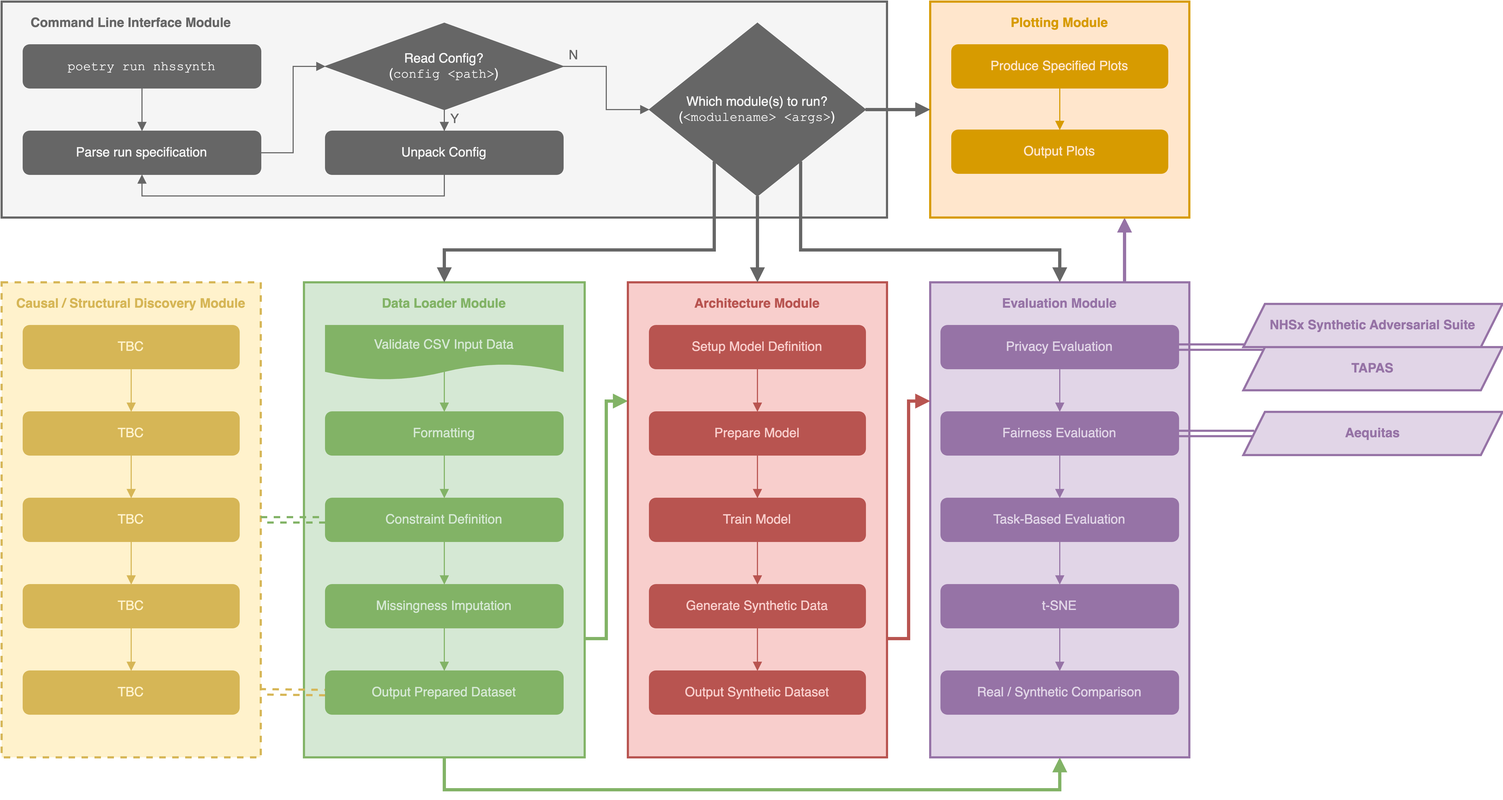
Earlier version of the draw.io export docs/modules.png (nhsengland/NHSSynth). Source tidied: cells renumbered, new cells last; positions are measured from the earlier drawing's top-left corner, leaving out a move shared by most shapes.
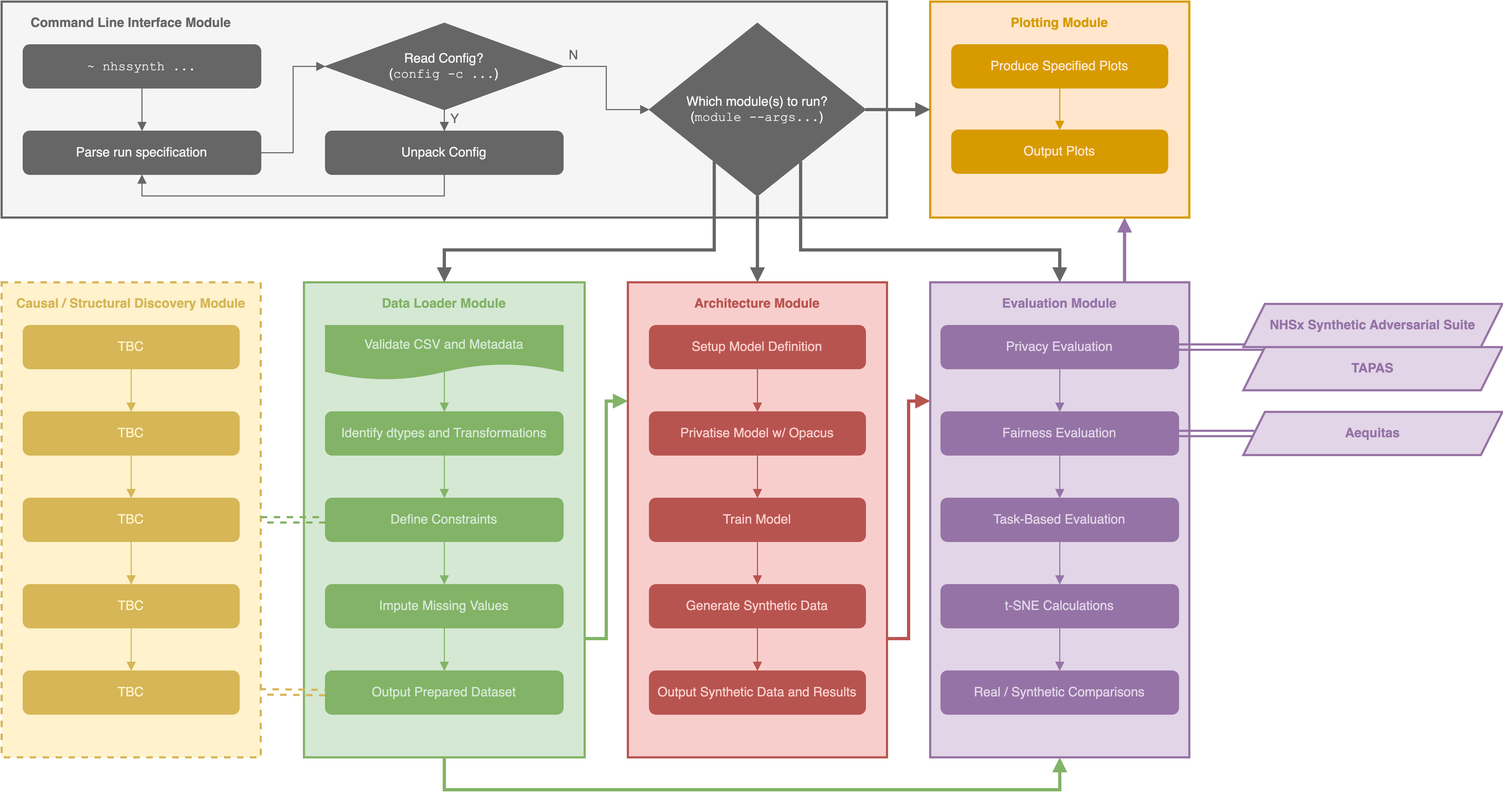
Above is the later version.

What changed in the source:
```diff
@@ -56,7 +56,7 @@
         </Array>
       </mxGeometry>
     </mxCell>
-    <mxCell id="13" value="Constraint Definition" style="rounded=1;whiteSpace=wrap;html=1;fillColor=#82B366;strokeColor=#82B366;fontColor=#D5E8D4;" parent="1" vertex="1">
+    <mxCell id="13" value="Define Constraints" style="rounded=1;whiteSpace=wrap;html=1;fillColor=#82B366;strokeColor=#82B366;fontColor=#D5E8D4;" parent="1" vertex="1">
       <mxGeometry x="300" y="460" width="220" height="40" as="geometry" />
     </mxCell>
     <mxCell id="14" value="Output Prepared Dataset" style="rounded=1;whiteSpace=wrap;html=1;fillColor=#82B366;strokeColor=#82B366;fontColor=#D5E8D4;" parent="1" vertex="1">
@@ -68,13 +68,13 @@
     <mxCell id="16" style="edgeStyle=orthogonalEdgeStyle;rounded=0;jettySize=auto;html=1;endArrow=block;endFill=1;fillColor=#d5e8d4;strokeColor=#82b366;" parent="1" edge="1" source="17" target="13">
       <mxGeometry relative="1" as="geometry" />
     </mxCell>
-    <mxCell id="17" value="Formatting" style="rounded=1;whiteSpace=wrap;html=1;fillColor=#82B366;strokeColor=#82B366;fontColor=#D5E8D4;" parent="1" vertex="1">
+    <mxCell id="17" value="Identify dtypes and Transformations" style="rounded=1;whiteSpace=wrap;html=1;fillColor=#82B366;strokeColor=#82B366;fontColor=#D5E8D4;" parent="1" vertex="1">
       <mxGeometry x="300" y="380" width="220" height="40" as="geometry" />
     </mxCell>
     <mxCell id="18" style="edgeStyle=orthogonalEdgeStyle;rounded=0;jettySize=auto;html=1;endArrow=block;endFill=1;fillColor=#d5e8d4;strokeColor=#82b366;" parent="1" edge="1" source="19" target="14">
       <mxGeometry relative="1" as="geometry" />
     </mxCell>
-    <mxCell id="19" value="Missingness Imputation" style="rounded=1;whiteSpace=wrap;html=1;fillColor=#82B366;strokeColor=#82B366;fontColor=#D5E8D4;" parent="1" vertex="1">
+    <mxCell id="19" value="Impute Missing Values" style="rounded=1;whiteSpace=wrap;html=1;fillColor=#82B366;strokeColor=#82B366;fontColor=#D5E8D4;" parent="1" vertex="1">
       <mxGeometry x="300" y="540" width="220" height="40" as="geometry" />
     </mxCell>
     <mxCell id="20" value="Evaluation Module" style="text;html=1;strokeColor=none;fillColor=none;align=center;verticalAlign=middle;whiteSpace=wrap;rounded=0;rotation=0;fontColor=#9673A6;fontStyle=1;" parent="1" vertex="1">
@@ -119,7 +119,7 @@
     <mxCell id="33" style="edgeStyle=orthogonalEdgeStyle;rounded=0;jettySize=auto;html=1;fontFamily=Helvetica;fontColor=#666666;fillColor=#e1d5e7;strokeColor=#9673a6;endArrow=block;endFill=1;" parent="1" edge="1" source="34" target="43">
       <mxGeometry relative="1" as="geometry" />
     </mxCell>
-    <mxCell id="34" value="t-SNE" style="rounded=1;whiteSpace=wrap;html=1;fillColor=#9673A6;strokeColor=#9673A6;fontColor=#E1D5E7;" parent="1" vertex="1">
+    <mxCell id="34" value="t-SNE Calculations" style="rounded=1;whiteSpace=wrap;html=1;fillColor=#9673A6;strokeColor=#9673A6;fontColor=#E1D5E7;" parent="1" vertex="1">
       <mxGeometry x="870" y="540" width="220" height="40" as="geometry" />
     </mxCell>
     <mxCell id="35" value="Generate Synthetic Data" style="rounded=1;whiteSpace=wrap;html=1;fillColor=#B85450;strokeColor=#B85450;fontColor=#F8CECC;" parent="1" vertex="1">
@@ -131,10 +131,10 @@
     <mxCell id="37" value="Setup Model Definition" style="rounded=1;whiteSpace=wrap;html=1;fillColor=#B85450;strokeColor=#B85450;fontColor=#F8CECC;" parent="1" vertex="1">
       <mxGeometry x="600" y="300" width="200" height="40" as="geometry" />
     </mxCell>
-    <mxCell id="38" value="Output Synthetic Dataset" style="rounded=1;whiteSpace=wrap;html=1;fillColor=#B85450;strokeColor=#B85450;fontColor=#F8CECC;" parent="1" vertex="1">
+    <mxCell id="38" value="Output Synthetic Data and Results" style="rounded=1;whiteSpace=wrap;html=1;fillColor=#B85450;strokeColor=#B85450;fontColor=#F8CECC;" parent="1" vertex="1">
       <mxGeometry x="600" y="620" width="200" height="40" as="geometry" />
     </mxCell>
-    <mxCell id="39" value="Prepare Model" style="rounded=1;whiteSpace=wrap;html=1;fillColor=#B85450;strokeColor=#B85450;fontColor=#F8CECC;" parent="1" vertex="1">
+    <mxCell id="39" value="Privatise Model w/ Opacus" style="rounded=1;whiteSpace=wrap;html=1;fillColor=#B85450;strokeColor=#B85450;fontColor=#F8CECC;" parent="1" vertex="1">
       <mxGeometry x="600" y="380" width="200" height="40" as="geometry" />
     </mxCell>
     <mxCell id="40" style="endArrow=block;html=1;rounded=0;exitX=0.5;exitY=1;exitDx=0;exitDy=0;endFill=1;fillColor=#f8cecc;strokeColor=#b85450;" parent="1" edge="1" source="37">
@@ -148,7 +148,7 @@
     <mxCell id="42" style="endArrow=block;html=1;rounded=0;exitX=0.5;exitY=1;exitDx=0;exitDy=0;entryX=0.5;entryY=0;entryDx=0;entryDy=0;endFill=1;fillColor=#f8cecc;strokeColor=#b85450;" parent="1" edge="1" source="35" target="38">
       <mxGeometry relative="1" as="geometry" />
     </mxCell>
-    <mxCell id="43" value="Real / Synthetic Comparison" style="rounded=1;whiteSpace=wrap;html=1;fillColor=#9673A6;strokeColor=#9673A6;fontColor=#E1D5E7;" parent="1" vertex="1">
+    <mxCell id="43" value="Real / Synthetic Comparisons" style="rounded=1;whiteSpace=wrap;html=1;fillColor=#9673A6;strokeColor=#9673A6;fontColor=#E1D5E7;" parent="1" vertex="1">
       <mxGeometry x="870" y="620" width="220" height="40" as="geometry" />
     </mxCell>
     <mxCell id="44" style="rounded=0;whiteSpace=wrap;html=1;fillColor=#F5F5F5;strokeColor=#666666;strokeWidth=2;fontColor=#F5F5F5;" parent="1" vertex="1">
@@ -160,7 +160,7 @@
     <mxCell id="46" style="edgeStyle=orthogonalEdgeStyle;rounded=0;jettySize=auto;html=1;fontFamily=Helvetica;fontColor=#F5F5F5;fillColor=#f5f5f5;strokeColor=#666666;endArrow=block;endFill=1;" parent="1" edge="1" source="47" target="54">
       <mxGeometry relative="1" as="geometry" />
     </mxCell>
-    <mxCell id="47" value="&lt;font face=&quot;Courier New&quot; color=&quot;#f5f5f5&quot;&gt;poetry run nhssynth&lt;/font&gt;" style="rounded=1;whiteSpace=wrap;html=1;fillColor=#666666;strokeColor=#666666;fontColor=#333333;" parent="1" vertex="1">
+    <mxCell id="47" value="&lt;font face=&quot;Courier New&quot; color=&quot;#f5f5f5&quot;&gt;~ nhssynth ...&lt;/font&gt;" style="rounded=1;whiteSpace=wrap;html=1;fillColor=#666666;strokeColor=#666666;fontColor=#333333;" parent="1" vertex="1">
       <mxGeometry x="20" y="40" width="220" height="40" as="geometry" />
     </mxCell>
     <mxCell id="48" style="rounded=0;whiteSpace=wrap;html=1;arcSize=5;fillColor=#FFE6CC;strokeColor=#D79B00;strokeWidth=2;" parent="1" vertex="1">
@@ -175,7 +175,7 @@
     <mxCell id="51" style="edgeStyle=orthogonalEdgeStyle;rounded=0;jettySize=auto;html=1;entryX=0;entryY=0.5;entryDx=0;entryDy=0;fontFamily=Helvetica;fontColor=#F5F5F5;fillColor=#f5f5f5;strokeColor=#666666;endArrow=block;endFill=1;" parent="1" edge="1" source="52" target="61">
       <mxGeometry relative="1" as="geometry" />
     </mxCell>
-    <mxCell id="52" value="&lt;font color=&quot;#f5f5f5&quot;&gt;Read Config?&lt;br style=&quot;border-color: var(--border-color);&quot;&gt;&lt;font style=&quot;border-color: var(--border-color);&quot;&gt;(&lt;/font&gt;&lt;font style=&quot;border-color: var(--border-color);&quot; face=&quot;Courier New&quot;&gt;config &amp;lt;path&amp;gt;&lt;/font&gt;&lt;font style=&quot;border-color: var(--border-color);&quot;&gt;)&lt;/font&gt;&lt;/font&gt;" style="rhombus;whiteSpace=wrap;html=1;rounded=0;strokeColor=#666666;fontFamily=Helvetica;fontColor=#333333;fillColor=#666666;" parent="1" vertex="1">
+    <mxCell id="52" value="&lt;font color=&quot;#f5f5f5&quot;&gt;Read Config?&lt;br style=&quot;border-color: var(--border-color);&quot;&gt;&lt;font style=&quot;border-color: var(--border-color);&quot;&gt;(&lt;/font&gt;&lt;font style=&quot;border-color: var(--border-color);&quot; face=&quot;Courier New&quot;&gt;config -c ...&lt;/font&gt;&lt;font style=&quot;border-color: var(--border-color);&quot;&gt;)&lt;/font&gt;&lt;/font&gt;" style="rhombus;whiteSpace=wrap;html=1;rounded=0;strokeColor=#666666;fontFamily=Helvetica;fontColor=#333333;fillColor=#666666;" parent="1" vertex="1">
       <mxGeometry x="300" y="20" width="220" height="80" as="geometry" />
     </mxCell>
     <mxCell id="53" style="edgeStyle=orthogonalEdgeStyle;rounded=0;jettySize=auto;html=1;entryX=0;entryY=0.5;entryDx=0;entryDy=0;fontFamily=Helvetica;fontColor=#F5F5F5;fillColor=#f5f5f5;strokeColor=#666666;endArrow=block;endFill=1;" parent="1" edge="1" source="54" target="52">
@@ -222,10 +222,10 @@
     <mxCell id="60" style="edgeStyle=orthogonalEdgeStyle;rounded=0;jettySize=auto;html=1;fontFamily=Helvetica;fontColor=#F5F5F5;fillColor=#f5f5f5;strokeColor=#666666;endArrow=block;endFill=1;strokeWidth=3;" parent="1" edge="1" source="61" target="48">
       <mxGeometry relative="1" as="geometry" />
     </mxCell>
-    <mxCell id="61" value="&lt;font color=&quot;#f5f5f5&quot;&gt;Which module(s) to run?&lt;br style=&quot;border-color: var(--border-color);&quot;&gt;&lt;font style=&quot;border-color: var(--border-color);&quot;&gt;(&lt;/font&gt;&lt;font style=&quot;border-color: var(--border-color);&quot; face=&quot;Courier New&quot;&gt;&amp;lt;modulename&amp;gt; &amp;lt;args&amp;gt;&lt;/font&gt;&lt;font style=&quot;border-color: var(--border-color);&quot;&gt;)&lt;/font&gt;&lt;/font&gt;" style="rhombus;whiteSpace=wrap;html=1;rounded=0;strokeColor=#666666;fontFamily=Helvetica;fontColor=#333333;fillColor=#666666;" parent="1" vertex="1">
+    <mxCell id="61" value="&lt;font color=&quot;#f5f5f5&quot;&gt;Which module(s) to run?&lt;br style=&quot;border-color: var(--border-color);&quot;&gt;&lt;font style=&quot;border-color: var(--border-color);&quot;&gt;(&lt;/font&gt;&lt;font style=&quot;border-color: var(--border-color);&quot; face=&quot;Courier New&quot;&gt;module --args...&lt;/font&gt;&lt;font style=&quot;border-color: var(--border-color);&quot;&gt;)&lt;/font&gt;&lt;/font&gt;" style="rhombus;whiteSpace=wrap;html=1;rounded=0;strokeColor=#666666;fontFamily=Helvetica;fontColor=#333333;fillColor=#666666;" parent="1" vertex="1">
       <mxGeometry x="600" y="20" width="200" height="160" as="geometry" />
     </mxCell>
-    <mxCell id="62" value="Validate CSV Input Data" style="shape=document;whiteSpace=wrap;html=1;boundedLbl=1;rounded=0;strokeColor=#82B366;fontFamily=Helvetica;fillColor=#82B366;fontColor=#D5E8D4;" parent="1" vertex="1">
+    <mxCell id="62" value="Validate CSV and Metadata" style="shape=document;whiteSpace=wrap;html=1;boundedLbl=1;rounded=0;strokeColor=#82B366;fontFamily=Helvetica;fillColor=#82B366;fontColor=#D5E8D4;" parent="1" vertex="1">
       <mxGeometry x="300" y="300" width="220" height="50" as="geometry" />
     </mxCell>
     <mxCell id="63" value="&lt;font color=&quot;#666666&quot;&gt;Y&lt;/font&gt;" style="text;html=1;strokeColor=none;fillColor=none;align=center;verticalAlign=middle;whiteSpace=wrap;rounded=0;fontFamily=Helvetica;fontColor=#F5F5F5;" parent="1" vertex="1">
```
